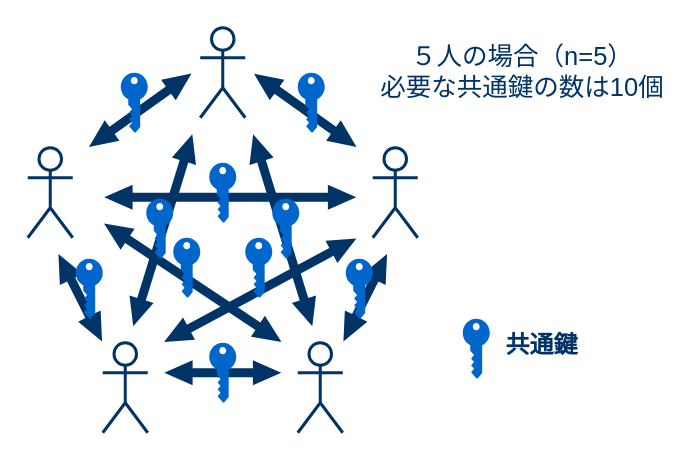
Earlier version of the draw.io diagram img/3-share-comkey.dio (akakou-doc/pubkey-crypto). Source tidied: cells renumbered, new cells numbered last; positions are measured from the earlier drawing's top-left corner, leaving out a move shared by most shapes. Both pictures are drawn from the tidied source at 150%, with x=0, y=0 at pixel (27, 27).
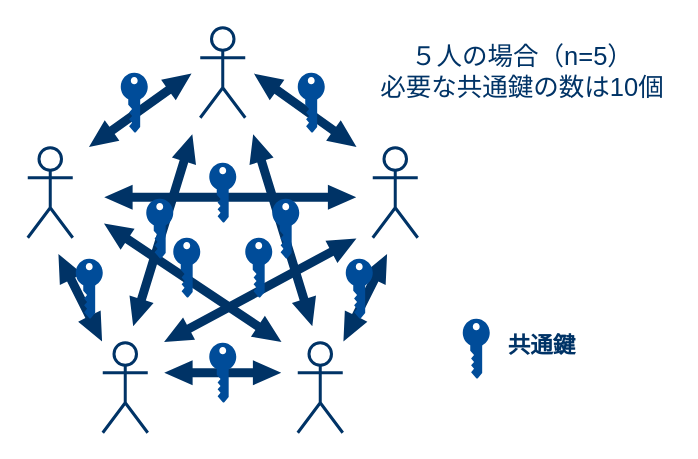
After the change.

Commit message (it also covers changes not shown here):
鍵の色を変更

Diff of the diagram source:
```diff
@@
-    <mxCell id="17" style="verticalLabelPosition=bottom;html=1;verticalAlign=top;align=center;shape=mxgraph.cisco19.key;fillColor=#0066CC;strokeColor=#FFFFFF;direction=south;strokeWidth=15;" parent="1" vertex="1">
+    <mxCell id="17" style="verticalLabelPosition=bottom;html=1;verticalAlign=top;align=center;shape=mxgraph.cisco19.key;fillColor=#004C99;strokeColor=#FFFFFF;direction=south;strokeWidth=15;" parent="1" vertex="1">
       <mxGeometry x="62" y="30" width="18" height="40" as="geometry" />
     </mxCell>
-    <mxCell id="18" style="verticalLabelPosition=bottom;html=1;verticalAlign=top;align=center;shape=mxgraph.cisco19.key;fillColor=#0066CC;strokeColor=#FFFFFF;direction=south;strokeWidth=15;" parent="1" vertex="1">
+    <mxCell id="18" style="verticalLabelPosition=bottom;html=1;verticalAlign=top;align=center;shape=mxgraph.cisco19.key;fillColor=#004C99;strokeColor=#FFFFFF;direction=south;strokeWidth=15;" parent="1" vertex="1">
       <mxGeometry x="32" y="154" width="18" height="40" as="geometry" />
     </mxCell>
-    <mxCell id="19" style="verticalLabelPosition=bottom;html=1;verticalAlign=top;align=center;shape=mxgraph.cisco19.key;fillColor=#0066CC;strokeColor=#FFFFFF;direction=south;strokeWidth=15;" parent="1" vertex="1">
+    <mxCell id="19" style="verticalLabelPosition=bottom;html=1;verticalAlign=top;align=center;shape=mxgraph.cisco19.key;fillColor=#004C99;strokeColor=#FFFFFF;direction=south;strokeWidth=15;" parent="1" vertex="1">
       <mxGeometry x="121" y="210" width="18" height="40" as="geometry" />
     </mxCell>
-    <mxCell id="20" style="verticalLabelPosition=bottom;html=1;verticalAlign=top;align=center;shape=mxgraph.cisco19.key;fillColor=#0066CC;strokeColor=#FFFFFF;direction=south;strokeWidth=15;" parent="1" vertex="1">
+    <mxCell id="20" style="verticalLabelPosition=bottom;html=1;verticalAlign=top;align=center;shape=mxgraph.cisco19.key;fillColor=#004C99;strokeColor=#FFFFFF;direction=south;strokeWidth=15;" parent="1" vertex="1">
       <mxGeometry x="97" y="140" width="18" height="40" as="geometry" />
     </mxCell>
-    <mxCell id="21" style="verticalLabelPosition=bottom;html=1;verticalAlign=top;align=center;shape=mxgraph.cisco19.key;fillColor=#0066CC;strokeColor=#FFFFFF;direction=south;strokeWidth=15;" parent="1" vertex="1">
+    <mxCell id="21" style="verticalLabelPosition=bottom;html=1;verticalAlign=top;align=center;shape=mxgraph.cisco19.key;fillColor=#004C99;strokeColor=#FFFFFF;direction=south;strokeWidth=15;" parent="1" vertex="1">
       <mxGeometry x="79" y="114" width="18" height="40" as="geometry" />
     </mxCell>
-    <mxCell id="22" style="verticalLabelPosition=bottom;html=1;verticalAlign=top;align=center;shape=mxgraph.cisco19.key;fillColor=#0066CC;strokeColor=#FFFFFF;direction=south;strokeWidth=15;" parent="1" vertex="1">
+    <mxCell id="22" style="verticalLabelPosition=bottom;html=1;verticalAlign=top;align=center;shape=mxgraph.cisco19.key;fillColor=#004C99;strokeColor=#FFFFFF;direction=south;strokeWidth=15;" parent="1" vertex="1">
       <mxGeometry x="121" y="90" width="18" height="40" as="geometry" />
     </mxCell>
-    <mxCell id="23" style="verticalLabelPosition=bottom;html=1;verticalAlign=top;align=center;shape=mxgraph.cisco19.key;fillColor=#0066CC;strokeColor=#FFFFFF;direction=south;strokeWidth=15;" parent="1" vertex="1">
+    <mxCell id="23" style="verticalLabelPosition=bottom;html=1;verticalAlign=top;align=center;shape=mxgraph.cisco19.key;fillColor=#004C99;strokeColor=#FFFFFF;direction=south;strokeWidth=15;" parent="1" vertex="1">
       <mxGeometry x="180" y="30" width="18" height="40" as="geometry" />
     </mxCell>
-    <mxCell id="24" style="verticalLabelPosition=bottom;html=1;verticalAlign=top;align=center;shape=mxgraph.cisco19.key;fillColor=#0066CC;strokeColor=#FFFFFF;direction=south;strokeWidth=15;" parent="1" vertex="1">
+    <mxCell id="24" style="verticalLabelPosition=bottom;html=1;verticalAlign=top;align=center;shape=mxgraph.cisco19.key;fillColor=#004C99;strokeColor=#FFFFFF;direction=south;strokeWidth=15;" parent="1" vertex="1">
       <mxGeometry x="145" y="140" width="18" height="40" as="geometry" />
     </mxCell>
-    <mxCell id="25" style="verticalLabelPosition=bottom;html=1;verticalAlign=top;align=center;shape=mxgraph.cisco19.key;fillColor=#0066CC;strokeColor=#FFFFFF;direction=south;strokeWidth=15;" parent="1" vertex="1">
+    <mxCell id="25" style="verticalLabelPosition=bottom;html=1;verticalAlign=top;align=center;shape=mxgraph.cisco19.key;fillColor=#004C99;strokeColor=#FFFFFF;direction=south;strokeWidth=15;" parent="1" vertex="1">
       <mxGeometry x="163" y="114" width="18" height="40" as="geometry" />
     </mxCell>
-    <mxCell id="26" style="verticalLabelPosition=bottom;html=1;verticalAlign=top;align=center;shape=mxgraph.cisco19.key;fillColor=#0066CC;strokeColor=#FFFFFF;direction=south;strokeWidth=15;" parent="1" vertex="1">
+    <mxCell id="26" style="verticalLabelPosition=bottom;html=1;verticalAlign=top;align=center;shape=mxgraph.cisco19.key;fillColor=#004C99;strokeColor=#FFFFFF;direction=south;strokeWidth=15;" parent="1" vertex="1">
       <mxGeometry x="212" y="154" width="18" height="40" as="geometry" />
     </mxCell>
-    <mxCell id="27" style="verticalLabelPosition=bottom;html=1;verticalAlign=top;align=center;shape=mxgraph.cisco19.key;fillColor=#0066CC;strokeColor=#FFFFFF;direction=south;strokeWidth=15;" parent="1" vertex="1">
+    <mxCell id="27" style="verticalLabelPosition=bottom;html=1;verticalAlign=top;align=center;shape=mxgraph.cisco19.key;fillColor=#004C99;strokeColor=#FFFFFF;direction=south;strokeWidth=15;" parent="1" vertex="1">
       <mxGeometry x="290" y="194" width="18" height="40" as="geometry" />
     </mxCell>
-    <mxCell id="28" value="&lt;font color=&quot;#003366&quot;&gt;&lt;span style=&quot;font-size: 16px&quot;&gt;&lt;b&gt;共通鍵&lt;/b&gt;&lt;/span&gt;&lt;/font&gt;" style="text;html=1;strokeColor=none;fillColor=none;align=center;verticalAlign=middle;whiteSpace=wrap;rounded=0;dashed=1;" parent="1" vertex="1">
+    <mxCell id="28" value="&lt;font color=&quot;#003366&quot; size=&quot;1&quot;&gt;&lt;b style=&quot;font-size: 15px&quot;&gt;共通鍵&lt;/b&gt;&lt;/font&gt;" style="text;html=1;strokeColor=none;fillColor=none;align=center;verticalAlign=middle;whiteSpace=wrap;rounded=0;dashed=1;" parent="1" vertex="1">
       <mxGeometry x="308" y="194" width="70" height="34" as="geometry" />
     </mxCell>
```
